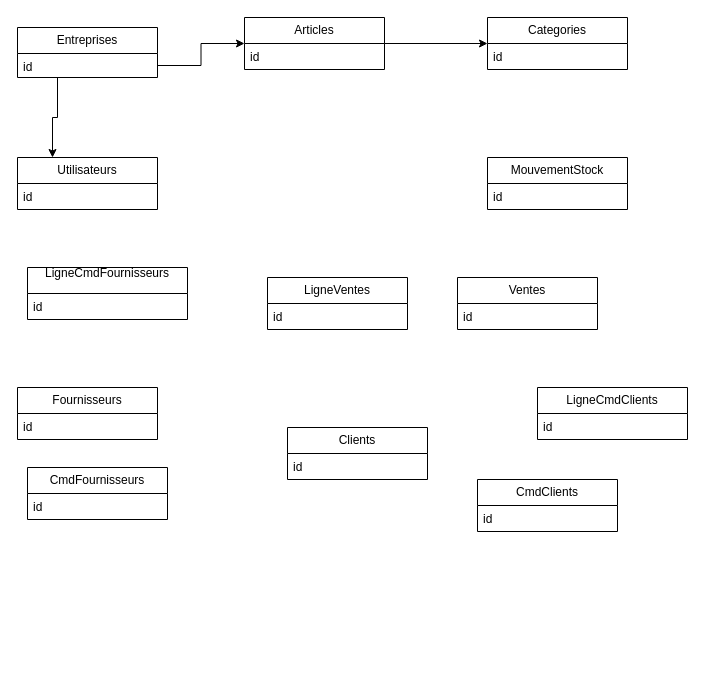
Before: src/config/Gestion de Stock.drawio in Eminence212/api-portfolio, a draw.io diagram. Source tidied: cells renumbered, new cells numbered last; positions are measured from the earlier drawing's top-left corner, leaving out a move shared by most shapes. Both pictures are drawn from the tidied source at 100%, with x=0, y=0 at pixel (17, 17).
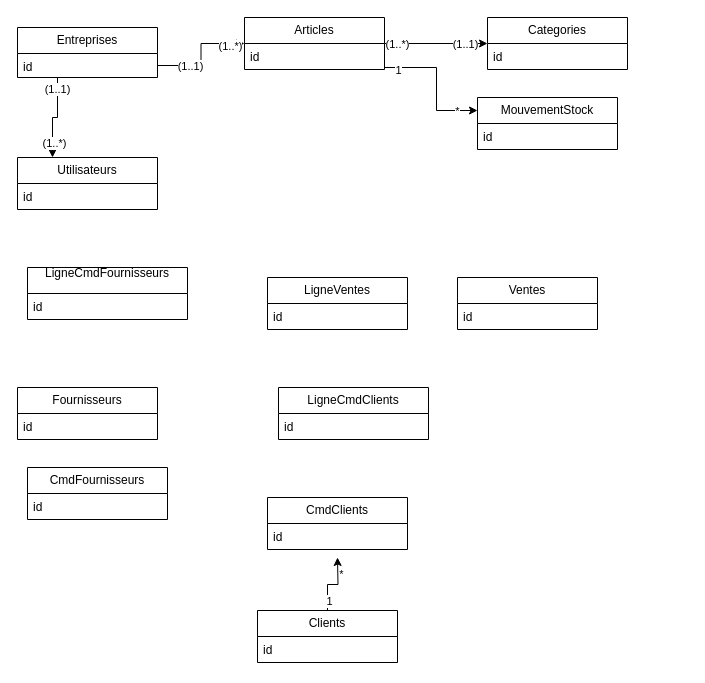
After the change.

Commit message (it also covers changes not shown here):
Mettre à jour Gestion de Stock.drawio

Unchanged cells that the change refers to:
```xml
<mxCell id="6" style="edgeStyle=orthogonalEdgeStyle;rounded=0;jettySize=auto;html=1;" parent="1" edge="1" source="7" target="9">
  <mxGeometry relative="1" as="geometry" />
</mxCell>
<mxCell id="7" value="Articles" style="swimlane;fontStyle=0;horizontal=1;startSize=26;fillColor=none;whiteSpace=wrap;html=1;" parent="1" vertex="1">
  <mxGeometry x="227" width="140" height="52" as="geometry" />
</mxCell>
<mxCell id="29" style="edgeStyle=orthogonalEdgeStyle;rounded=0;jettySize=auto;html=1;entryX=0.25;entryY=0;entryDx=0;entryDy=0;" parent="1" edge="1" source="3" target="4">
  <mxGeometry relative="1" as="geometry">
    <Array as="points">
      <mxPoint x="40" y="100" />
      <mxPoint x="35" y="100" />
    </Array>
  </mxGeometry>
</mxCell>
<mxCell id="30" style="edgeStyle=orthogonalEdgeStyle;rounded=0;jettySize=auto;html=1;" parent="1" edge="1" source="3" target="7">
  <mxGeometry relative="1" as="geometry" />
</mxCell>
```

Diff of the diagram source:
```diff
@@
+    <mxCell id="31" value="(1..*)" style="edgeLabel;html=1;align=center;verticalAlign=middle;" parent="6" vertex="1">
+      <mxGeometry x="-0.77" relative="1" as="geometry" />
+    </mxCell>
+    <mxCell id="32" value="(1..1)" style="edgeLabel;html=1;align=center;verticalAlign=middle;" parent="6" vertex="1">
+      <mxGeometry x="0.55" relative="1" as="geometry" />
+    </mxCell>
+    <mxCell id="33" style="edgeStyle=orthogonalEdgeStyle;rounded=0;jettySize=auto;html=1;entryX=0;entryY=0.25;entryDx=0;entryDy=0;" parent="1" edge="1" source="7" target="11">
+      <mxGeometry relative="1" as="geometry">
+        <Array as="points">
+          <mxPoint x="419" y="50" />
+          <mxPoint x="419" y="93" />
+        </Array>
+      </mxGeometry>
+    </mxCell>
+    <mxCell id="34" value="*" style="edgeLabel;html=1;align=center;verticalAlign=middle;" parent="33" vertex="1">
+      <mxGeometry x="0.69" relative="1" as="geometry" />
+    </mxCell>
+    <mxCell id="35" value="1" style="edgeLabel;html=1;align=center;verticalAlign=middle;" parent="33" vertex="1">
+      <mxGeometry x="-0.81" y="-2" relative="1" as="geometry" />
+    </mxCell>
@@
     <mxCell id="11" value="MouvementStock" style="swimlane;fontStyle=0;horizontal=1;startSize=26;fillColor=none;whiteSpace=wrap;html=1;" parent="1" vertex="1">
-      <mxGeometry x="470" y="140" width="140" height="52" as="geometry" />
+      <mxGeometry x="460" y="80" width="140" height="52" as="geometry" />
     </mxCell>
@@
+    <mxCell id="36" style="edgeStyle=orthogonalEdgeStyle;rounded=0;jettySize=auto;html=1;" parent="1" edge="1" source="15">
+      <mxGeometry relative="1" as="geometry">
+        <mxPoint x="320" y="540" as="targetPoint" />
+      </mxGeometry>
+    </mxCell>
+    <mxCell id="37" value="*" style="edgeLabel;html=1;align=center;verticalAlign=middle;" parent="36" vertex="1">
+      <mxGeometry x="0.49" y="-3" relative="1" as="geometry" />
+    </mxCell>
+    <mxCell id="38" value="1" style="edgeLabel;html=1;align=center;verticalAlign=middle;" parent="36" vertex="1">
+      <mxGeometry x="-0.69" y="-1" relative="1" as="geometry" />
+    </mxCell>
     <mxCell id="15" value="Clients" style="swimlane;fontStyle=0;horizontal=1;startSize=26;fillColor=none;whiteSpace=wrap;html=1;" parent="1" vertex="1">
-      <mxGeometry x="270" y="410" width="140" height="52" as="geometry" />
+      <mxGeometry x="240" y="593" width="140" height="52" as="geometry" />
     </mxCell>
@@
     <mxCell id="23" value="&lt;div&gt;LigneCmdClients&lt;/div&gt;" style="swimlane;fontStyle=0;horizontal=1;startSize=26;fillColor=none;whiteSpace=wrap;html=1;" parent="1" vertex="1">
-      <mxGeometry x="520" y="370" width="150" height="52" as="geometry" />
+      <mxGeometry x="261" y="370" width="150" height="52" as="geometry" />
     </mxCell>
@@
     <mxCell id="27" value="CmdClients" style="swimlane;fontStyle=0;horizontal=1;startSize=26;fillColor=none;whiteSpace=wrap;html=1;" parent="1" vertex="1">
-      <mxGeometry x="460" y="462" width="140" height="52" as="geometry" />
+      <mxGeometry x="250" y="480" width="140" height="52" as="geometry" />
     </mxCell>
@@
+    <mxCell id="39" value="(1..*)" style="edgeLabel;html=1;align=center;verticalAlign=middle;" parent="29" vertex="1">
+      <mxGeometry x="0.65" y="1" relative="1" as="geometry" />
+    </mxCell>
+    <mxCell id="40" value="(1..1)" style="edgeLabel;html=1;align=center;verticalAlign=middle;" parent="29" vertex="1">
+      <mxGeometry x="-0.74" y="-1" relative="1" as="geometry" />
+    </mxCell>
@@
+    <mxCell id="41" value="(1..1)" style="edgeLabel;html=1;align=center;verticalAlign=middle;" parent="30" vertex="1">
+      <mxGeometry x="-0.41" relative="1" as="geometry" />
+    </mxCell>
+    <mxCell id="42" value="(1..*)" style="edgeLabel;html=1;align=center;verticalAlign=middle;" parent="30" vertex="1">
+      <mxGeometry x="0.72" y="-2" relative="1" as="geometry" />
+    </mxCell>
```
